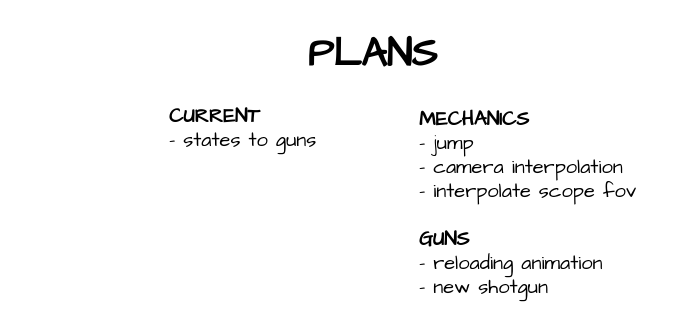
This is plans.drawio from HasChad/bevy-shooting-range, a draw.io file, before an edit. Source tidied: cells renumbered, new cells numbered last; positions are measured from the earlier drawing's top-left corner, leaving out a move shared by most shapes. Both pictures are drawn from the tidied source at 100%, with x=0, y=0 at pixel (167, 17).
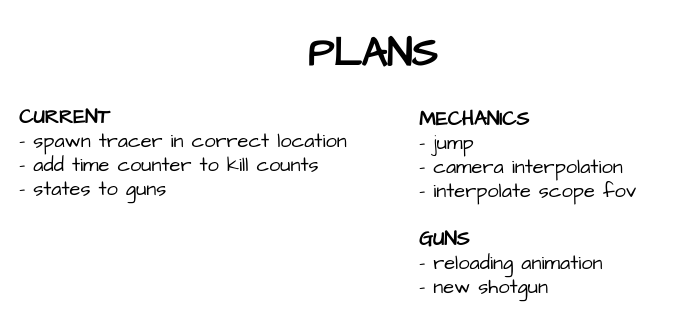
The same diagram, later.

Commit message (it also covers changes not shown here):
- few minimal code changes and fixes - updated plans

The edit, as a diff of the source:
```diff
@@
 <mxGraphModel>
   <root>
     <mxCell id="0" />
     <mxCell id="1" parent="0" />
     <mxCell id="2" value="&lt;b&gt;MECHANICS&lt;/b&gt;&lt;br&gt;- jump&lt;br&gt;- camera interpolation&lt;br&gt;- interpolate scope fov&lt;br&gt;&lt;br&gt;&lt;b&gt;GUNS&lt;br&gt;&lt;/b&gt;- reloading animation&lt;br&gt;- new shotgun" style="text;html=1;align=left;verticalAlign=middle;strokeColor=none;fillColor=none;fontSize=20;fontFamily=Architects Daughter;sketch=1;hachureGap=4;jiggle=2;curveFitting=1;" parent="1" vertex="1">
       <mxGeometry x="250" y="80" width="240" height="210" as="geometry" />
     </mxCell>
-    <mxCell id="3" value="&lt;b&gt;CURRENT&lt;/b&gt;&lt;br&gt;- states to guns" style="text;html=1;align=left;verticalAlign=middle;strokeColor=none;fillColor=none;fontSize=20;fontFamily=Architects Daughter;sketch=1;hachureGap=4;jiggle=2;curveFitting=1;" parent="1" vertex="1">
-      <mxGeometry y="80" width="170" height="60" as="geometry" />
+    <mxCell id="3" value="&lt;b&gt;CURRENT&lt;br&gt;&lt;/b&gt;- spawn tracer in correct location&lt;br&gt;- add time counter to kill counts&lt;br&gt;- states to guns" style="text;html=1;align=left;verticalAlign=middle;strokeColor=none;fillColor=none;fontSize=20;fontFamily=Architects Daughter;sketch=1;hachureGap=4;jiggle=2;curveFitting=1;" parent="1" vertex="1">
+      <mxGeometry x="-150" y="80" width="350" height="110" as="geometry" />
     </mxCell>
     <mxCell id="4" value="&lt;p style=&quot;line-height: 100%;&quot;&gt;&lt;b style=&quot;&quot;&gt;&lt;font style=&quot;font-size: 40px;&quot;&gt;PLANS&lt;/font&gt;&lt;/b&gt;&lt;/p&gt;" style="text;html=1;align=center;verticalAlign=middle;strokeColor=none;fillColor=none;fontSize=20;fontFamily=Architects Daughter;sketch=1;hachureGap=4;jiggle=2;curveFitting=1;" parent="1" vertex="1">
       <mxGeometry x="130" width="150" height="80" as="geometry" />
     </mxCell>
   </root>
 </mxGraphModel>
```
